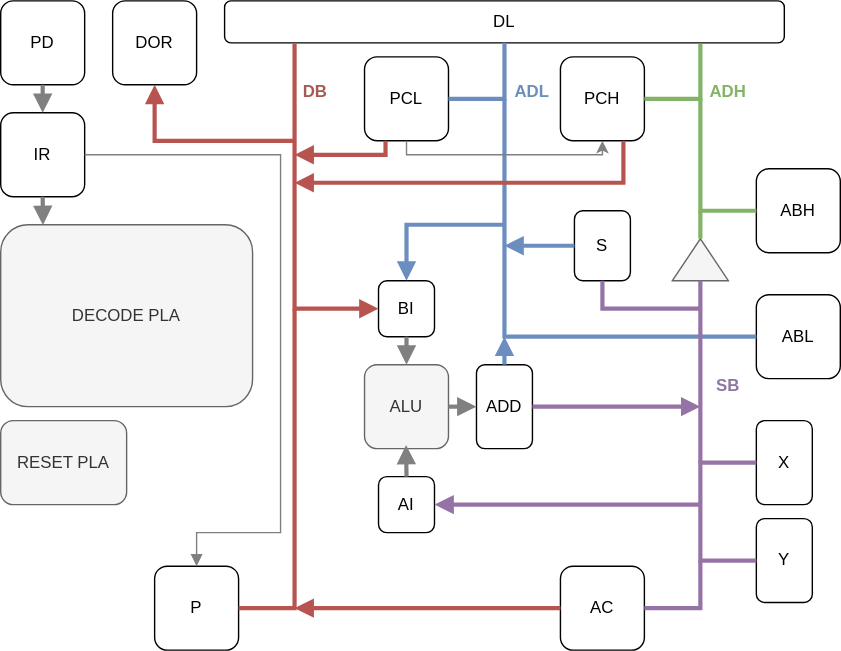
Captainfl4me/TurtleCore keeps this draw.io diagram as Docs/TurtleCoreDiagram.drawio.svg. Above is the earlier version. Source tidied: cells renumbered, new cells last; positions are measured from the earlier drawing's top-left corner, leaving out a move shared by most shapes.
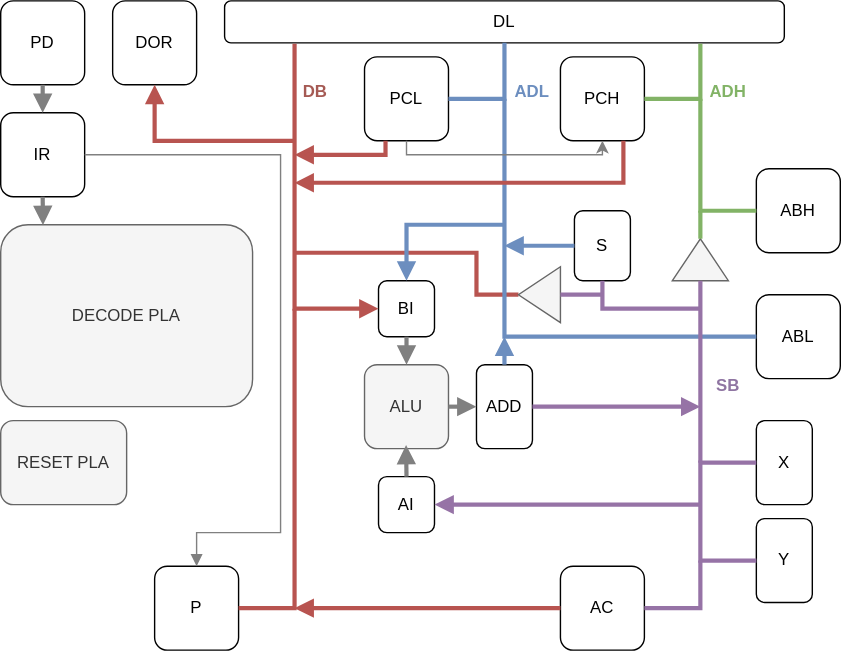
After the commit.

What changed in the source:
```diff
@@ -2,6 +2,15 @@
   <root>
     <mxCell id="0" />
     <mxCell id="1" parent="0" />
+    <mxCell id="53" style="endArrow=none;html=1;rounded=0;strokeWidth=3;fillColor=#f8cecc;strokeColor=#b85450;endFill=0;startArrow=none;startFill=0;exitX=1;exitY=0.5;exitDx=0;exitDy=0;" parent="1" edge="1" source="54">
+      <mxGeometry relative="1" as="geometry">
+        <mxPoint x="210" y="180" as="targetPoint" />
+        <Array as="points">
+          <mxPoint x="340" y="210" />
+          <mxPoint x="340" y="180" />
+        </Array>
+      </mxGeometry>
+    </mxCell>
     <mxCell id="2" value="PCL" style="rounded=1;whiteSpace=wrap;html=1;" parent="1" vertex="1">
       <mxGeometry x="260" y="40" width="60" height="60" as="geometry" />
     </mxCell>
@@ -243,5 +252,13 @@
     <mxCell id="52" style="endArrow=block;html=1;rounded=0;exitX=0.5;exitY=1;exitDx=0;exitDy=0;strokeWidth=3;endFill=1;strokeColor=#808080;entryX=0.168;entryY=0.002;entryDx=0;entryDy=0;entryPerimeter=0;" parent="1" edge="1" source="46" target="50">
       <mxGeometry relative="1" as="geometry" />
     </mxCell>
+    <mxCell id="54" style="triangle;whiteSpace=wrap;html=1;rotation=-180;fillColor=#f5f5f5;fontColor=#333333;strokeColor=#666666;" parent="1" vertex="1">
+      <mxGeometry x="370" y="190" width="30" height="40" as="geometry" />
+    </mxCell>
+    <mxCell id="55" style="endArrow=none;html=1;rounded=0;entryX=0;entryY=0.5;entryDx=0;entryDy=0;strokeWidth=3;fillColor=#e1d5e7;strokeColor=#9673a6;" parent="1" edge="1" target="54">
+      <mxGeometry relative="1" as="geometry">
+        <mxPoint x="430" y="210" as="sourcePoint" />
+      </mxGeometry>
+    </mxCell>
   </root>
 </mxGraphModel>
```
